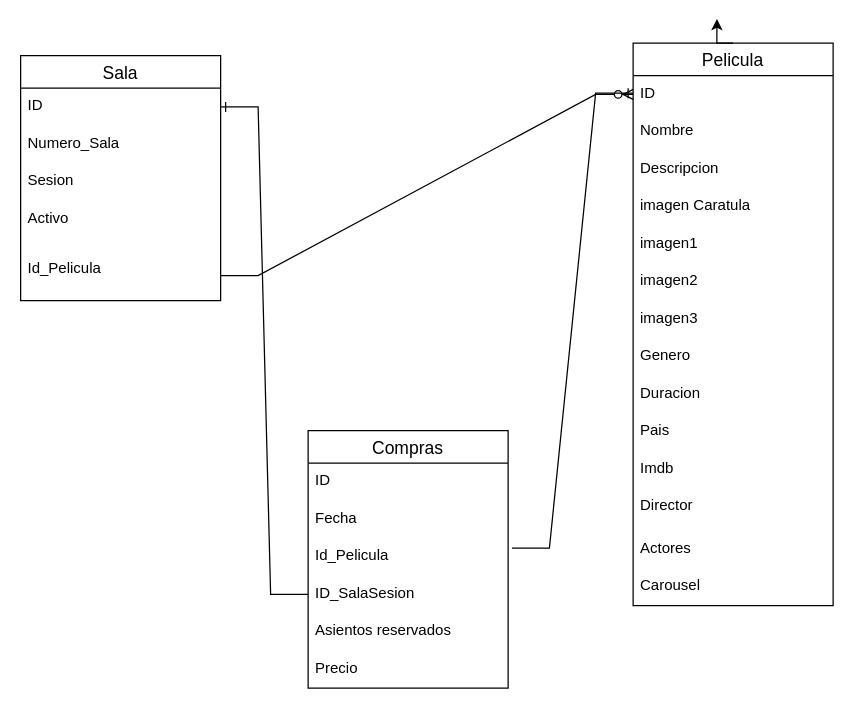
jmanzana1/upgradeProyectoFinal keeps this draw.io diagram as baseDeDatos.drawio. Above is the earlier version. Source tidied: cells renumbered, new cells numbered last; positions are measured from the earlier drawing's top-left corner, leaving out a move shared by most shapes. Both pictures are drawn from the tidied source at 125%, with x=0, y=0 at pixel (20, 42).
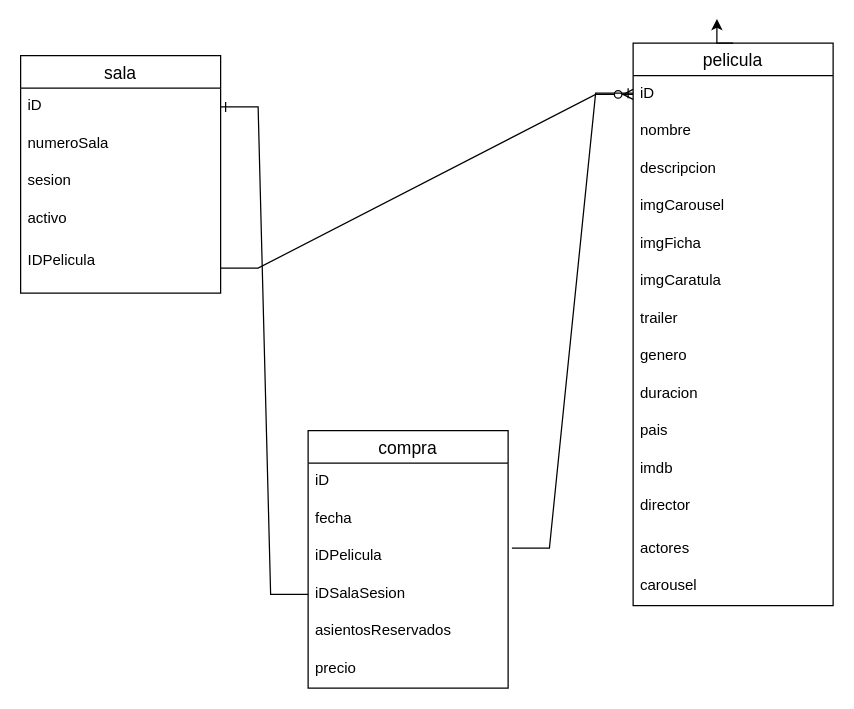
The same page after the edit.

Commit message:
Campos normalizados

What changed in the source:
```diff
@@
-    <mxCell id="2" value="Sala" style="swimlane;fontStyle=0;horizontal=1;startSize=26;align=center;fontSize=14;" parent="1" vertex="1">
-      <mxGeometry y="10" width="160" height="196" as="geometry" />
+    <mxCell id="2" value="sala" style="swimlane;fontStyle=0;horizontal=1;startSize=26;align=center;fontSize=14;" parent="1" vertex="1">
+      <mxGeometry y="10" width="160" height="190" as="geometry" />
     </mxCell>
-    <mxCell id="3" value="ID" style="text;strokeColor=none;fillColor=none;spacingLeft=4;spacingRight=4;overflow=hidden;points=[[0,0.5],[1,0.5]];portConstraint=eastwest;fontSize=12;" parent="2" vertex="1">
+    <mxCell id="3" value="iD" style="text;strokeColor=none;fillColor=none;spacingLeft=4;spacingRight=4;overflow=hidden;points=[[0,0.5],[1,0.5]];portConstraint=eastwest;fontSize=12;" parent="2" vertex="1">
       <mxGeometry y="26" width="160" height="30" as="geometry" />
     </mxCell>
-    <mxCell id="4" value="Numero_Sala" style="text;strokeColor=none;fillColor=none;spacingLeft=4;spacingRight=4;overflow=hidden;fontSize=12;" parent="2" vertex="1">
+    <mxCell id="4" value="numeroSala" style="text;strokeColor=none;fillColor=none;spacingLeft=4;spacingRight=4;overflow=hidden;fontSize=12;" parent="2" vertex="1">
       <mxGeometry y="56" width="160" height="30" as="geometry" />
     </mxCell>
-    <mxCell id="5" value="Sesion" style="text;strokeColor=none;fillColor=none;spacingLeft=4;spacingRight=4;overflow=hidden;fontSize=12;" parent="2" vertex="1">
+    <mxCell id="5" value="sesion" style="text;strokeColor=none;fillColor=none;spacingLeft=4;spacingRight=4;overflow=hidden;fontSize=12;" parent="2" vertex="1">
       <mxGeometry y="86" width="160" height="30" as="geometry" />
     </mxCell>
-    <mxCell id="6" value="Activo" style="text;strokeColor=none;fillColor=none;spacingLeft=4;spacingRight=4;overflow=hidden;fontSize=12;" parent="2" vertex="1">
-      <mxGeometry y="116" width="160" height="40" as="geometry" />
+    <mxCell id="6" value="activo" style="text;strokeColor=none;fillColor=none;spacingLeft=4;spacingRight=4;overflow=hidden;fontSize=12;" parent="2" vertex="1">
+      <mxGeometry y="116" width="160" height="34" as="geometry" />
     </mxCell>
-    <mxCell id="7" value="Id_Pelicula" style="text;strokeColor=none;fillColor=none;spacingLeft=4;spacingRight=4;overflow=hidden;points=[[0,0.5],[1,0.5]];portConstraint=eastwest;fontSize=12;" parent="2" vertex="1">
-      <mxGeometry y="156" width="160" height="40" as="geometry" />
+    <mxCell id="7" value="IDPelicula" style="text;strokeColor=none;fillColor=none;spacingLeft=4;spacingRight=4;overflow=hidden;points=[[0,0.5],[1,0.5]];portConstraint=eastwest;fontSize=12;" parent="2" vertex="1">
+      <mxGeometry y="150" width="160" height="40" as="geometry" />
     </mxCell>
-    <mxCell id="8" value="Pelicula" style="swimlane;fontStyle=0;horizontal=1;startSize=26;align=center;fontSize=14;" parent="1" vertex="1">
+    <mxCell id="8" value="pelicula" style="swimlane;fontStyle=0;horizontal=1;startSize=26;align=center;fontSize=14;" parent="1" vertex="1">
       <mxGeometry x="490" width="160" height="450" as="geometry" />
     </mxCell>
-    <mxCell id="9" value="ID" style="text;strokeColor=none;fillColor=none;spacingLeft=4;spacingRight=4;overflow=hidden;points=[[0,0.5],[1,0.5]];portConstraint=eastwest;fontSize=12;" parent="8" vertex="1">
+    <mxCell id="9" value="iD" style="text;strokeColor=none;fillColor=none;spacingLeft=4;spacingRight=4;overflow=hidden;points=[[0,0.5],[1,0.5]];portConstraint=eastwest;fontSize=12;" parent="8" vertex="1">
       <mxGeometry y="26" width="160" height="30" as="geometry" />
     </mxCell>
-    <mxCell id="10" value="Nombre" style="text;strokeColor=none;fillColor=none;spacingLeft=4;spacingRight=4;overflow=hidden;fontSize=12;" parent="8" vertex="1">
+    <mxCell id="10" value="nombre" style="text;strokeColor=none;fillColor=none;spacingLeft=4;spacingRight=4;overflow=hidden;fontSize=12;" parent="8" vertex="1">
       <mxGeometry y="56" width="160" height="30" as="geometry" />
     </mxCell>
-    <mxCell id="11" value="Descripcion" style="text;strokeColor=none;fillColor=none;spacingLeft=4;spacingRight=4;overflow=hidden;fontSize=12;" parent="8" vertex="1">
+    <mxCell id="11" value="descripcion" style="text;strokeColor=none;fillColor=none;spacingLeft=4;spacingRight=4;overflow=hidden;fontSize=12;" parent="8" vertex="1">
       <mxGeometry y="86" width="160" height="30" as="geometry" />
     </mxCell>
-    <mxCell id="12" value="imagen Caratula" style="text;strokeColor=none;fillColor=none;spacingLeft=4;spacingRight=4;overflow=hidden;fontSize=12;" parent="8" vertex="1">
+    <mxCell id="12" value="imgCarousel" style="text;strokeColor=none;fillColor=none;spacingLeft=4;spacingRight=4;overflow=hidden;fontSize=12;" parent="8" vertex="1">
       <mxGeometry y="116" width="160" height="30" as="geometry" />
     </mxCell>
-    <mxCell id="13" value="imagen1" style="text;strokeColor=none;fillColor=none;spacingLeft=4;spacingRight=4;overflow=hidden;fontSize=12;" parent="8" vertex="1">
+    <mxCell id="13" value="imgFicha" style="text;strokeColor=none;fillColor=none;spacingLeft=4;spacingRight=4;overflow=hidden;fontSize=12;" parent="8" vertex="1">
       <mxGeometry y="146" width="160" height="30" as="geometry" />
     </mxCell>
-    <mxCell id="14" value="imagen2" style="text;strokeColor=none;fillColor=none;spacingLeft=4;spacingRight=4;overflow=hidden;fontSize=12;" parent="8" vertex="1">
+    <mxCell id="14" value="imgCaratula" style="text;strokeColor=none;fillColor=none;spacingLeft=4;spacingRight=4;overflow=hidden;fontSize=12;" parent="8" vertex="1">
       <mxGeometry y="176" width="160" height="30" as="geometry" />
     </mxCell>
-    <mxCell id="15" value="imagen3" style="text;strokeColor=none;fillColor=none;spacingLeft=4;spacingRight=4;overflow=hidden;fontSize=12;" parent="8" vertex="1">
+    <mxCell id="15" value="trailer" style="text;strokeColor=none;fillColor=none;spacingLeft=4;spacingRight=4;overflow=hidden;fontSize=12;" parent="8" vertex="1">
       <mxGeometry y="206" width="160" height="30" as="geometry" />
     </mxCell>
-    <mxCell id="16" value="Genero" style="text;strokeColor=none;fillColor=none;spacingLeft=4;spacingRight=4;overflow=hidden;fontSize=12;" parent="8" vertex="1">
+    <mxCell id="16" value="genero" style="text;strokeColor=none;fillColor=none;spacingLeft=4;spacingRight=4;overflow=hidden;fontSize=12;" parent="8" vertex="1">
       <mxGeometry y="236" width="160" height="30" as="geometry" />
     </mxCell>
-    <mxCell id="17" value="Duracion" style="text;strokeColor=none;fillColor=none;spacingLeft=4;spacingRight=4;overflow=hidden;fontSize=12;" parent="8" vertex="1">
+    <mxCell id="17" value="duracion" style="text;strokeColor=none;fillColor=none;spacingLeft=4;spacingRight=4;overflow=hidden;fontSize=12;" parent="8" vertex="1">
       <mxGeometry y="266" width="160" height="30" as="geometry" />
     </mxCell>
-    <mxCell id="18" value="Pais" style="text;strokeColor=none;fillColor=none;spacingLeft=4;spacingRight=4;overflow=hidden;fontSize=12;" parent="8" vertex="1">
+    <mxCell id="18" value="pais" style="text;strokeColor=none;fillColor=none;spacingLeft=4;spacingRight=4;overflow=hidden;fontSize=12;" parent="8" vertex="1">
       <mxGeometry y="296" width="160" height="30" as="geometry" />
     </mxCell>
-    <mxCell id="19" value="Imdb" style="text;strokeColor=none;fillColor=none;spacingLeft=4;spacingRight=4;overflow=hidden;fontSize=12;" parent="8" vertex="1">
+    <mxCell id="19" value="imdb" style="text;strokeColor=none;fillColor=none;spacingLeft=4;spacingRight=4;overflow=hidden;fontSize=12;" parent="8" vertex="1">
       <mxGeometry y="326" width="160" height="30" as="geometry" />
     </mxCell>
-    <mxCell id="20" value="Director" style="text;strokeColor=none;fillColor=none;spacingLeft=4;spacingRight=4;overflow=hidden;fontSize=12;" parent="8" vertex="1">
+    <mxCell id="20" value="director" style="text;strokeColor=none;fillColor=none;spacingLeft=4;spacingRight=4;overflow=hidden;fontSize=12;" parent="8" vertex="1">
       <mxGeometry y="356" width="160" height="34" as="geometry" />
     </mxCell>
-    <mxCell id="21" value="Actores" style="text;strokeColor=none;fillColor=none;spacingLeft=4;spacingRight=4;overflow=hidden;fontSize=12;" parent="8" vertex="1">
+    <mxCell id="21" value="actores" style="text;strokeColor=none;fillColor=none;spacingLeft=4;spacingRight=4;overflow=hidden;fontSize=12;" parent="8" vertex="1">
       <mxGeometry y="390" width="160" height="30" as="geometry" />
     </mxCell>
-    <mxCell id="22" value="Carousel" style="text;strokeColor=none;fillColor=none;spacingLeft=4;spacingRight=4;overflow=hidden;fontSize=12;" parent="8" vertex="1">
+    <mxCell id="22" value="carousel" style="text;strokeColor=none;fillColor=none;spacingLeft=4;spacingRight=4;overflow=hidden;fontSize=12;" parent="8" vertex="1">
       <mxGeometry y="420" width="160" height="30" as="geometry" />
     </mxCell>
@@
-    <mxCell id="25" value="Compras" style="swimlane;fontStyle=0;horizontal=1;startSize=26;align=center;fontSize=14;" parent="1" vertex="1">
+    <mxCell id="25" value="compra" style="swimlane;fontStyle=0;horizontal=1;startSize=26;align=center;fontSize=14;" parent="1" vertex="1">
       <mxGeometry x="230" y="310" width="160" height="206" as="geometry" />
     </mxCell>
-    <mxCell id="26" value="ID" style="text;strokeColor=none;fillColor=none;spacingLeft=4;spacingRight=4;overflow=hidden;fontSize=12;" parent="25" vertex="1">
+    <mxCell id="26" value="iD" style="text;strokeColor=none;fillColor=none;spacingLeft=4;spacingRight=4;overflow=hidden;fontSize=12;" parent="25" vertex="1">
       <mxGeometry y="26" width="160" height="30" as="geometry" />
     </mxCell>
-    <mxCell id="27" value="Fecha" style="text;strokeColor=none;fillColor=none;spacingLeft=4;spacingRight=4;overflow=hidden;fontSize=12;" parent="25" vertex="1">
+    <mxCell id="27" value="fecha" style="text;strokeColor=none;fillColor=none;spacingLeft=4;spacingRight=4;overflow=hidden;fontSize=12;" parent="25" vertex="1">
       <mxGeometry y="56" width="160" height="30" as="geometry" />
     </mxCell>
-    <mxCell id="28" value="Id_Pelicula" style="text;strokeColor=none;fillColor=none;spacingLeft=4;spacingRight=4;overflow=hidden;points=[[0,0.5],[1,0.5]];portConstraint=eastwest;fontSize=12;" parent="25" vertex="1">
+    <mxCell id="28" value="iDPelicula" style="text;strokeColor=none;fillColor=none;spacingLeft=4;spacingRight=4;overflow=hidden;points=[[0,0.5],[1,0.5]];portConstraint=eastwest;fontSize=12;" parent="25" vertex="1">
       <mxGeometry y="86" width="160" height="30" as="geometry" />
     </mxCell>
-    <mxCell id="29" value="ID_SalaSesion" style="text;strokeColor=none;fillColor=none;spacingLeft=4;spacingRight=4;overflow=hidden;points=[[0,0.5],[1,0.5]];portConstraint=eastwest;fontSize=12;" parent="25" vertex="1">
+    <mxCell id="29" value="iDSalaSesion" style="text;strokeColor=none;fillColor=none;spacingLeft=4;spacingRight=4;overflow=hidden;points=[[0,0.5],[1,0.5]];portConstraint=eastwest;fontSize=12;" parent="25" vertex="1">
       <mxGeometry y="116" width="160" height="30" as="geometry" />
     </mxCell>
-    <mxCell id="30" value="Asientos reservados" style="text;strokeColor=none;fillColor=none;spacingLeft=4;spacingRight=4;overflow=hidden;fontSize=12;" parent="25" vertex="1">
+    <mxCell id="30" value="asientosReservados" style="text;strokeColor=none;fillColor=none;spacingLeft=4;spacingRight=4;overflow=hidden;fontSize=12;" parent="25" vertex="1">
       <mxGeometry y="146" width="160" height="30" as="geometry" />
     </mxCell>
-    <mxCell id="31" value="Precio" style="text;strokeColor=none;fillColor=none;spacingLeft=4;spacingRight=4;overflow=hidden;fontSize=12;" parent="25" vertex="1">
+    <mxCell id="31" value="precio" style="text;strokeColor=none;fillColor=none;spacingLeft=4;spacingRight=4;overflow=hidden;fontSize=12;" parent="25" vertex="1">
       <mxGeometry y="176" width="160" height="30" as="geometry" />
     </mxCell>
```
